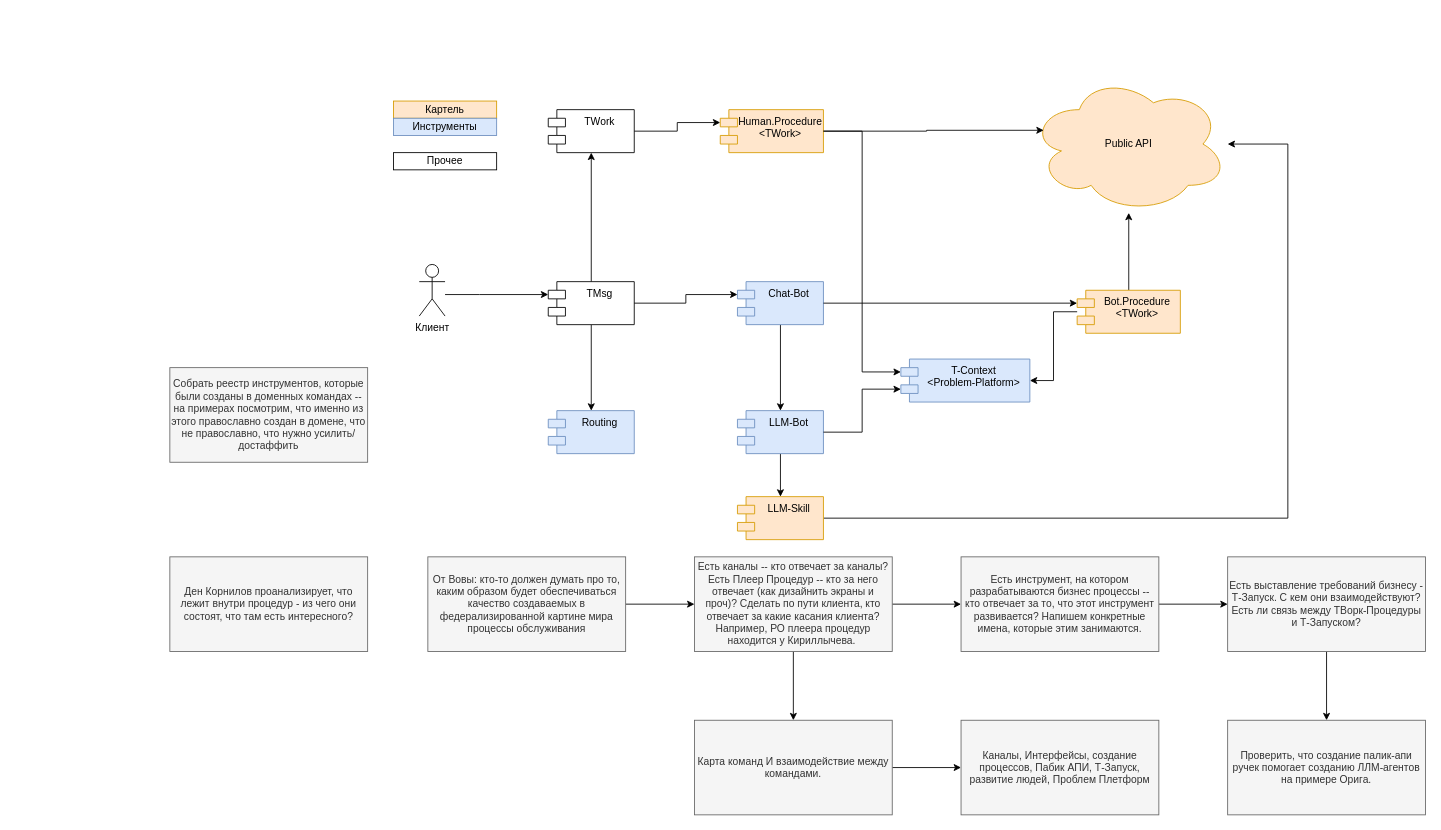
Above: page "Page-2" (2 of 3) of arch-parf.drawio in alexAkselrod/uml (draw.io), before the change. Source tidied: cells renumbered, new cells numbered last; positions are measured from the earlier drawing's top-left corner, leaving out a move shared by most shapes. Both pictures are drawn from the tidied source at 86%, with x=0, y=0 at pixel (169, 75).
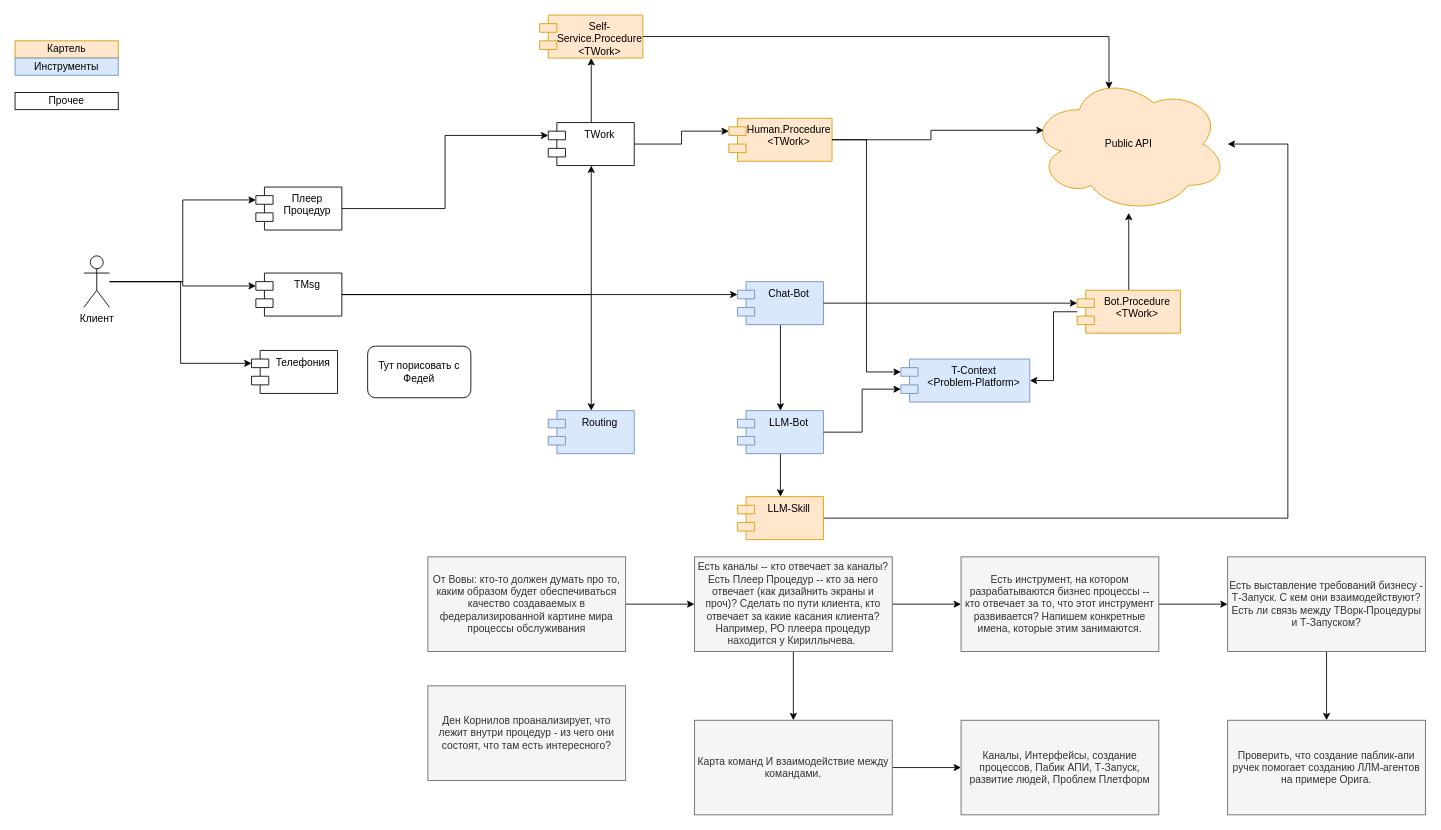
The same diagram, later.

Unchanged cells that the change refers to:
```xml
<mxCell id="21" value="Public API" style="ellipse;shape=cloud;whiteSpace=wrap;html=1;fillColor=#ffe6cc;strokeColor=#d79b00;" parent="1" vertex="1">
  <mxGeometry x="1000" width="230" height="160" as="geometry" />
</mxCell>
```

Change to the diagram source:
```diff
@@
     <mxCell id="2" value="Клиент" style="shape=umlActor;verticalLabelPosition=bottom;verticalAlign=top;html=1;outlineConnect=0;" parent="1" vertex="1">
-      <mxGeometry x="290" y="220" width="30" height="60" as="geometry" />
+      <mxGeometry x="-100" y="210" width="30" height="60" as="geometry" />
     </mxCell>
@@
     <mxCell id="5" value="TMsg" style="shape=module;align=left;spacingLeft=20;align=center;verticalAlign=top;whiteSpace=wrap;html=1;" parent="1" vertex="1">
-      <mxGeometry x="440" y="240" width="100" height="50" as="geometry" />
+      <mxGeometry x="100" y="230" width="100" height="50" as="geometry" />
     </mxCell>
-    <mxCell id="6" style="edgeStyle=orthogonalEdgeStyle;rounded=0;jettySize=auto;html=1;entryX=0;entryY=0;entryDx=0;entryDy=15;entryPerimeter=0;" parent="1" edge="1" source="2" target="5">
-      <mxGeometry relative="1" as="geometry">
-        <Array as="points">
-          <mxPoint x="360" y="255" />
-          <mxPoint x="360" y="255" />
-        </Array>
-      </mxGeometry>
-    </mxCell>
@@
+    <mxCell id="46" style="edgeStyle=orthogonalEdgeStyle;rounded=0;jettySize=auto;html=1;" parent="1" edge="1" source="11" target="53">
+      <mxGeometry relative="1" as="geometry" />
+    </mxCell>
     <mxCell id="11" value="TWork" style="shape=module;align=left;spacingLeft=20;align=center;verticalAlign=top;whiteSpace=wrap;html=1;" parent="1" vertex="1">
-      <mxGeometry x="440" y="40" width="100" height="50" as="geometry" />
+      <mxGeometry x="440" y="55" width="100" height="50" as="geometry" />
     </mxCell>
@@
     <mxCell id="19" value="Human.Procedure&lt;br&gt;&amp;lt;TWork&amp;gt;" style="shape=module;align=left;spacingLeft=20;align=center;verticalAlign=top;whiteSpace=wrap;html=1;fillColor=#ffe6cc;strokeColor=#d79b00;" parent="1" vertex="1">
-      <mxGeometry x="640" y="40" width="120" height="50" as="geometry" />
+      <mxGeometry x="650" y="50" width="120" height="50" as="geometry" />
     </mxCell>
@@
     <mxCell id="27" style="group;" parent="1" vertex="1">
-      <mxGeometry x="260" y="30" width="120" height="80" as="geometry" />
+      <mxGeometry x="-180" y="-40" width="120" height="80" as="geometry" />
     </mxCell>
@@
-    <mxCell id="40" value="Проверить, что создание палик-апи ручек помогает созданию ЛЛМ-агентов на примере Орига." style="rounded=0;whiteSpace=wrap;html=1;fillColor=#f5f5f5;strokeColor=#666666;fontColor=#333333;" parent="1" vertex="1">
+    <mxCell id="40" value="Проверить, что создание паблик-апи ручек помогает созданию ЛЛМ-агентов на примере Орига." style="rounded=0;whiteSpace=wrap;html=1;fillColor=#f5f5f5;strokeColor=#666666;fontColor=#333333;" parent="1" vertex="1">
       <mxGeometry x="1230" y="750" width="230" height="110" as="geometry" />
     </mxCell>
@@
-    <mxCell id="44" value="Собрать реестр инструментов, которые были созданы в доменных командах -- на примерах посмотрим, что именно из этого православно создан в домене, что не православно, что нужно усилить/достаффить" style="rounded=0;whiteSpace=wrap;html=1;fillColor=#f5f5f5;strokeColor=#666666;fontColor=#333333;" parent="1" vertex="1">
-      <mxGeometry y="340" width="230" height="110" as="geometry" />
-    </mxCell>
     <mxCell id="45" value="Ден Корнилов проанализирует, что лежит внутри процедур - из чего они состоят, что там есть интересного?" style="rounded=0;whiteSpace=wrap;html=1;fillColor=#f5f5f5;strokeColor=#666666;fontColor=#333333;" parent="1" vertex="1">
-      <mxGeometry y="560" width="230" height="110" as="geometry" />
+      <mxGeometry x="300" y="710" width="230" height="110" as="geometry" />
     </mxCell>
+    <mxCell id="47" style="edgeStyle=orthogonalEdgeStyle;rounded=0;orthogonalLoop=1;jettySize=auto;html=1;" parent="1" edge="1">
+      <mxGeometry relative="1" as="geometry">
+        <mxPoint x="-195" y="365" as="sourcePoint" />
+      </mxGeometry>
+    </mxCell>
+    <mxCell id="6" style="edgeStyle=orthogonalEdgeStyle;rounded=0;jettySize=auto;html=1;entryX=0;entryY=0;entryDx=0;entryDy=15;entryPerimeter=0;" parent="1" edge="1" source="2" target="5">
+      <mxGeometry relative="1" as="geometry" />
+    </mxCell>
+    <mxCell id="48" value="Телефония" style="shape=module;align=left;spacingLeft=20;align=center;verticalAlign=top;whiteSpace=wrap;html=1;" parent="1" vertex="1">
+      <mxGeometry x="95" y="320" width="100" height="50" as="geometry" />
+    </mxCell>
+    <mxCell id="49" value="Плеер Процедур" style="shape=module;align=left;spacingLeft=20;align=center;verticalAlign=top;whiteSpace=wrap;html=1;" parent="1" vertex="1">
+      <mxGeometry x="100" y="130" width="100" height="50" as="geometry" />
+    </mxCell>
+    <mxCell id="50" style="edgeStyle=orthogonalEdgeStyle;rounded=0;jettySize=auto;html=1;entryX=0;entryY=0;entryDx=0;entryDy=15;entryPerimeter=0;" parent="1" edge="1" source="2" target="49">
+      <mxGeometry relative="1" as="geometry" />
+    </mxCell>
+    <mxCell id="51" style="edgeStyle=orthogonalEdgeStyle;rounded=0;jettySize=auto;html=1;entryX=0;entryY=0;entryDx=0;entryDy=15;entryPerimeter=0;" parent="1" edge="1" source="2" target="48">
+      <mxGeometry relative="1" as="geometry" />
+    </mxCell>
+    <mxCell id="52" style="edgeStyle=orthogonalEdgeStyle;rounded=0;jettySize=auto;html=1;entryX=0;entryY=0;entryDx=0;entryDy=15;entryPerimeter=0;" parent="1" edge="1" source="49" target="11">
+      <mxGeometry relative="1" as="geometry" />
+    </mxCell>
+    <mxCell id="53" value="Self-Service.Procedure&lt;br&gt;&amp;lt;TWork&amp;gt;" style="shape=module;align=left;spacingLeft=20;align=center;verticalAlign=top;whiteSpace=wrap;html=1;fillColor=#ffe6cc;strokeColor=#d79b00;" parent="1" vertex="1">
+      <mxGeometry x="430" y="-70" width="120" height="50" as="geometry" />
+    </mxCell>
+    <mxCell id="54" style="edgeStyle=orthogonalEdgeStyle;rounded=0;jettySize=auto;html=1;entryX=0.4;entryY=0.1;entryDx=0;entryDy=0;entryPerimeter=0;" parent="1" edge="1" source="53" target="21">
+      <mxGeometry relative="1" as="geometry" />
+    </mxCell>
+    <mxCell id="55" value="Тут порисовать с Федей" style="rounded=1;whiteSpace=wrap;html=1;" parent="1" vertex="1">
+      <mxGeometry x="230" y="315" width="120" height="60" as="geometry" />
+    </mxCell>
```
